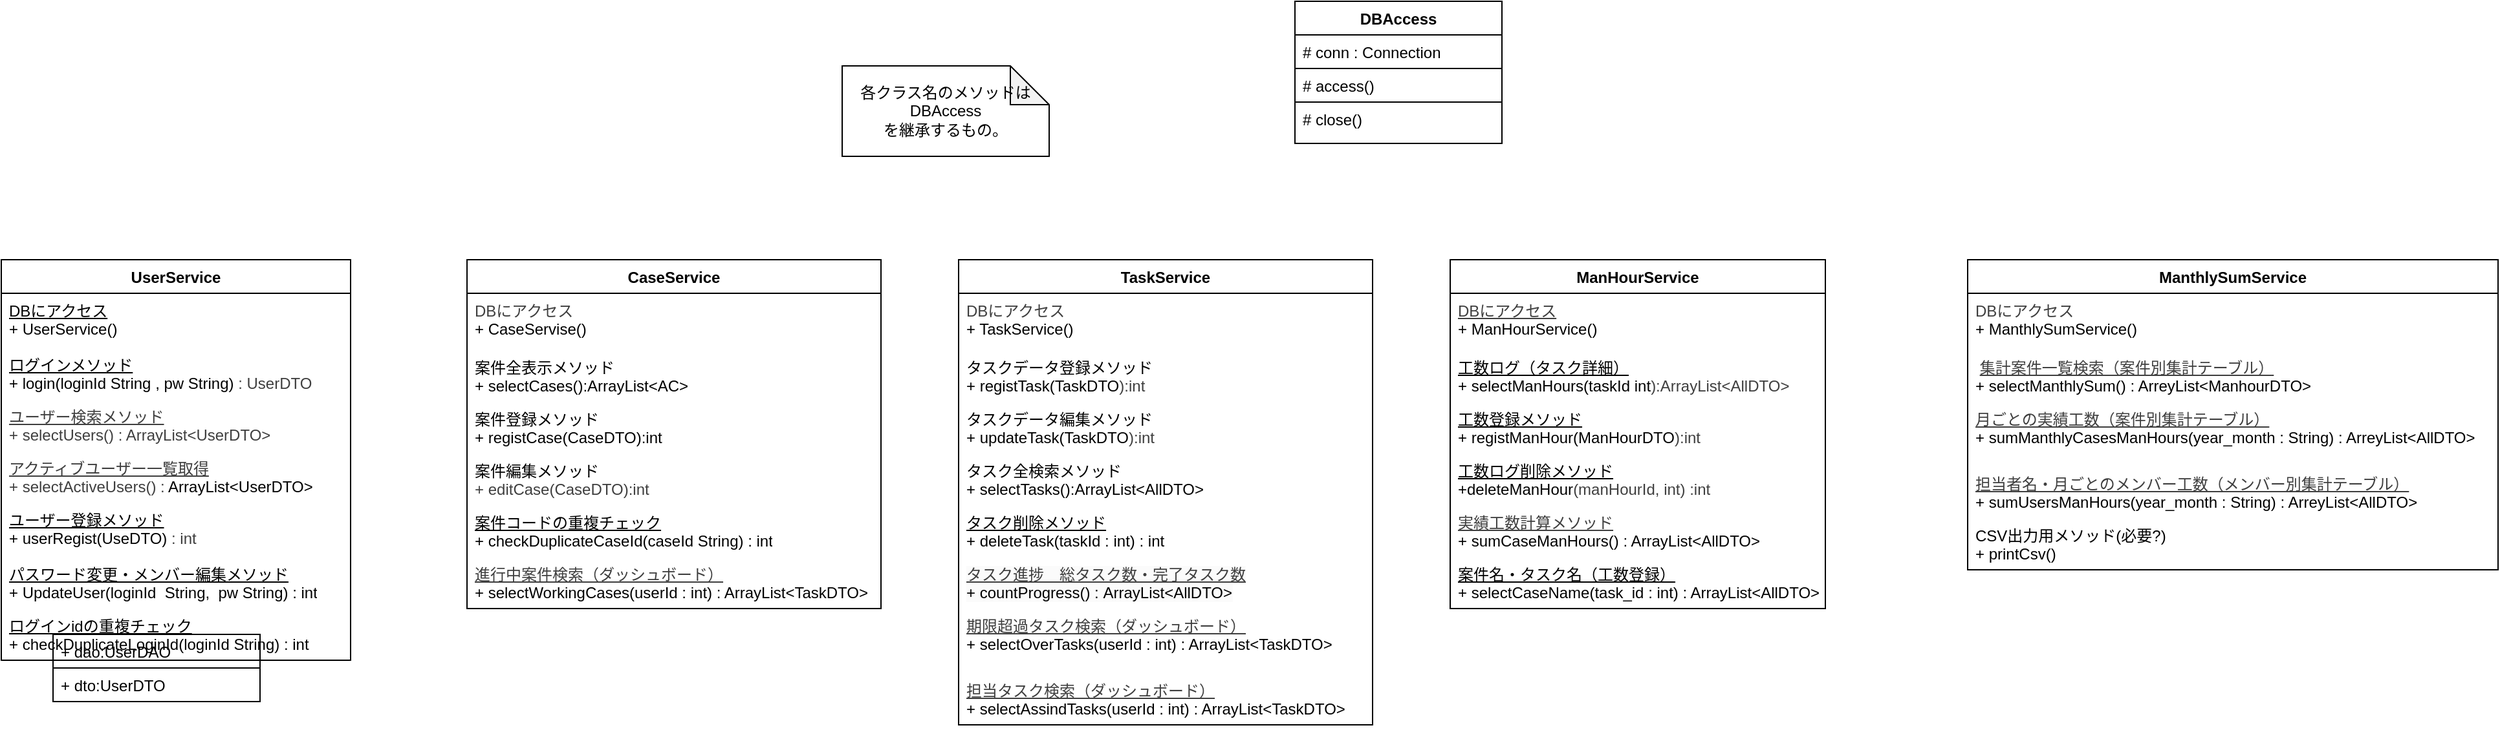
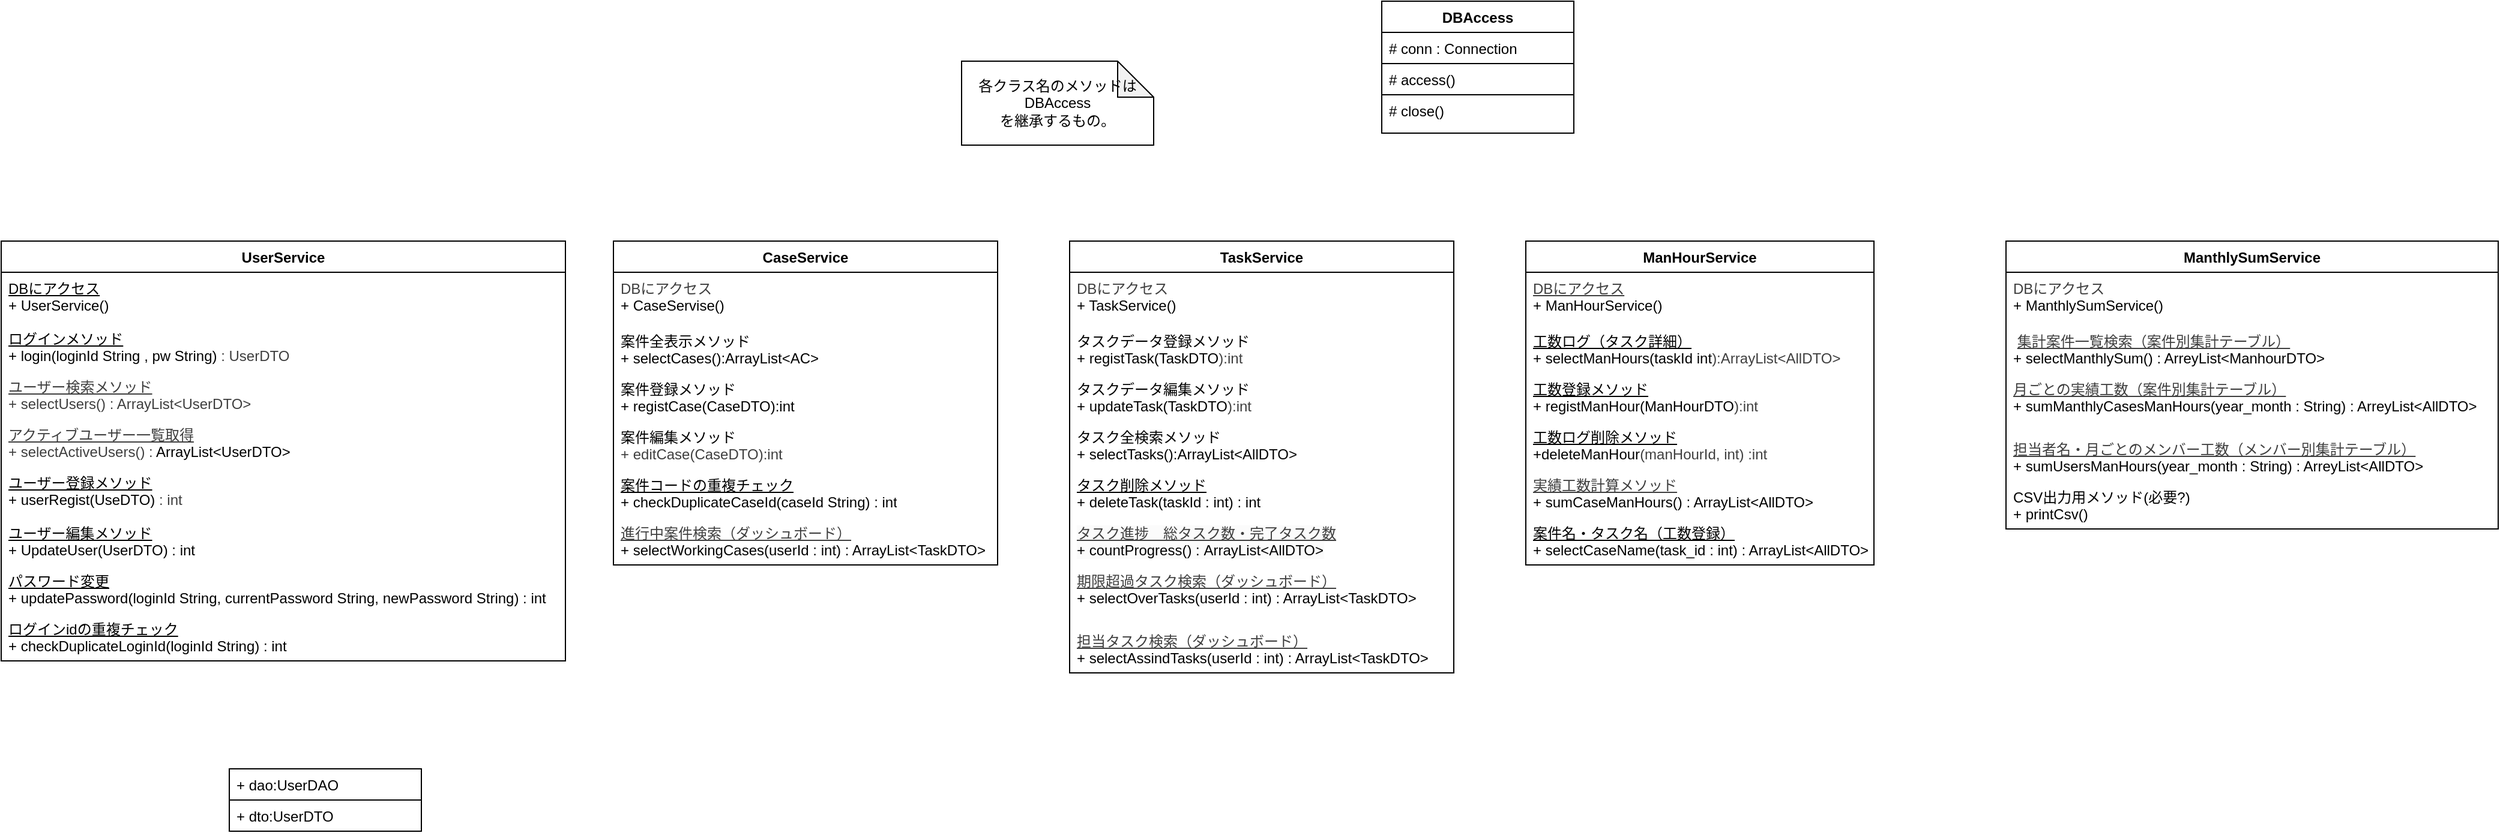
<mxfile host="65bd71144e">
    <diagram id="vtqDsGyhjbo1Ara4jLw-" name="クラス図　Service">
-         <mxGraphModel dx="1334" dy="1657" grid="1" gridSize="10" guides="1" tooltips="1" connect="1" arrows="1" fold="1" page="1" pageScale="1" pageWidth="827" pageHeight="1169" math="0" shadow="0">
+         <mxGraphModel dx="1281" dy="1676" grid="1" gridSize="10" guides="1" tooltips="1" connect="1" arrows="1" fold="1" page="1" pageScale="1" pageWidth="827" pageHeight="1169" math="0" shadow="0">
            <root>
                <mxCell id="0"/>
                <mxCell id="1" parent="0"/>
                <mxCell id="sEulbgWXGhEAaZwcWKiL-1" value="UserService" style="swimlane;fontStyle=1;align=center;verticalAlign=top;childLayout=stackLayout;horizontal=1;startSize=26;horizontalStack=0;resizeParent=1;resizeParentMax=0;resizeLast=0;collapsible=1;marginBottom=0;whiteSpace=wrap;html=1;strokeColor=default;" parent="1" vertex="1">
-                     <mxGeometry x="-640" y="-520" width="270" height="310" as="geometry"/>
+                     <mxGeometry x="-790" y="-520" width="470" height="350" as="geometry"/>
                </mxCell>
                <mxCell id="sEulbgWXGhEAaZwcWKiL-2" value="&lt;div&gt;&lt;font face=&quot;Helvetica&quot;&gt;&lt;u&gt;DBにアクセス&lt;/u&gt;&lt;/font&gt;&lt;/div&gt;&lt;font face=&quot;Helvetica&quot;&gt;+ UserService()&lt;/font&gt;" style="text;strokeColor=none;fillColor=none;align=left;verticalAlign=top;spacingLeft=4;spacingRight=4;overflow=hidden;rotatable=0;points=[[0,0.5],[1,0.5]];portConstraint=eastwest;whiteSpace=wrap;html=1;" parent="sEulbgWXGhEAaZwcWKiL-1" vertex="1">
-                     <mxGeometry y="26" width="270" height="42" as="geometry"/>
+                     <mxGeometry y="26" width="470" height="42" as="geometry"/>
                </mxCell>
                <mxCell id="sEulbgWXGhEAaZwcWKiL-4" value="&lt;div&gt;&lt;u&gt;ログインメソッド&lt;/u&gt;&lt;/div&gt;+ login(loginId String , pw String)&amp;nbsp;&lt;span style=&quot;color: rgb(63, 63, 63); background-color: transparent;&quot;&gt;: UserDTO&lt;/span&gt;" style="text;strokeColor=none;fillColor=none;align=left;verticalAlign=top;spacingLeft=4;spacingRight=4;overflow=hidden;rotatable=0;points=[[0,0.5],[1,0.5]];portConstraint=eastwest;whiteSpace=wrap;html=1;" parent="sEulbgWXGhEAaZwcWKiL-1" vertex="1">
-                     <mxGeometry y="68" width="270" height="40" as="geometry"/>
+                     <mxGeometry y="68" width="470" height="40" as="geometry"/>
                </mxCell>
                <mxCell id="28" value="&lt;u style=&quot;color: rgb(63, 63, 63); scrollbar-color: rgb(226, 226, 226) rgb(251, 251, 251);&quot;&gt;ユーザー検索メソッド&lt;/u&gt;&lt;br style=&quot;color: rgb(63, 63, 63); scrollbar-color: rgb(226, 226, 226) rgb(251, 251, 251);&quot;&gt;&lt;div style=&quot;color: rgb(63, 63, 63); scrollbar-color: rgb(226, 226, 226) rgb(251, 251, 251);&quot;&gt;+ selectUsers() : &lt;span style=&quot;color: rgb(63, 63, 63); scrollbar-color: rgb(226, 226, 226) rgb(251, 251, 251); background-color: transparent;&quot;&gt;ArrayList&amp;lt;UserDTO&amp;gt;&lt;/span&gt;&lt;/div&gt;" style="text;strokeColor=none;fillColor=none;align=left;verticalAlign=top;spacingLeft=4;spacingRight=4;overflow=hidden;rotatable=0;points=[[0,0.5],[1,0.5]];portConstraint=eastwest;whiteSpace=wrap;html=1;" parent="sEulbgWXGhEAaZwcWKiL-1" vertex="1">
-                     <mxGeometry y="108" width="270" height="40" as="geometry"/>
+                     <mxGeometry y="108" width="470" height="40" as="geometry"/>
                </mxCell>
                <mxCell id="55" value="&lt;u style=&quot;color: rgb(63, 63, 63); scrollbar-color: rgb(226, 226, 226) rgb(251, 251, 251);&quot;&gt;アクティブユーザー一覧取得&lt;/u&gt;&lt;div style=&quot;color: rgb(63, 63, 63); scrollbar-color: rgb(226, 226, 226) rgb(251, 251, 251);&quot;&gt;+ selectActiveUsers() : &lt;span style=&quot;scrollbar-color: rgb(226, 226, 226) rgb(251, 251, 251); background-color: transparent; color: rgb(0, 0, 0);&quot;&gt;ArrayList&amp;lt;UserDTO&amp;gt;&lt;/span&gt;&lt;/div&gt;" style="text;strokeColor=none;fillColor=none;align=left;verticalAlign=top;spacingLeft=4;spacingRight=4;overflow=hidden;rotatable=0;points=[[0,0.5],[1,0.5]];portConstraint=eastwest;whiteSpace=wrap;html=1;" vertex="1" parent="sEulbgWXGhEAaZwcWKiL-1">
-                     <mxGeometry y="148" width="270" height="40" as="geometry"/>
+                     <mxGeometry y="148" width="470" height="40" as="geometry"/>
                </mxCell>
                <mxCell id="sEulbgWXGhEAaZwcWKiL-3" value="&lt;div&gt;&lt;font face=&quot;Helvetica&quot;&gt;&lt;u&gt;ユーザー登録メソッド&lt;/u&gt;&lt;/font&gt;&lt;/div&gt;&lt;font face=&quot;Helvetica&quot;&gt;+ userRegist(UseDTO)&amp;nbsp;&lt;/font&gt;&lt;span style=&quot;color: rgb(63, 63, 63); background-color: transparent;&quot;&gt;: int&lt;/span&gt;" style="text;strokeColor=none;fillColor=none;align=left;verticalAlign=top;spacingLeft=4;spacingRight=4;overflow=hidden;rotatable=0;points=[[0,0.5],[1,0.5]];portConstraint=eastwest;whiteSpace=wrap;html=1;" parent="sEulbgWXGhEAaZwcWKiL-1" vertex="1">
-                     <mxGeometry y="188" width="270" height="42" as="geometry"/>
+                     <mxGeometry y="188" width="470" height="42" as="geometry"/>
                </mxCell>
-                 <mxCell id="sEulbgWXGhEAaZwcWKiL-5" value="&lt;u&gt;パスワード変更・メンバー編集メソッド&lt;/u&gt;&lt;div&gt;+ UpdateUser(loginId&amp;nbsp; String,&amp;nbsp; pw String) : int&lt;/div&gt;" style="text;strokeColor=none;fillColor=none;align=left;verticalAlign=top;spacingLeft=4;spacingRight=4;overflow=hidden;rotatable=0;points=[[0,0.5],[1,0.5]];portConstraint=eastwest;whiteSpace=wrap;html=1;" parent="sEulbgWXGhEAaZwcWKiL-1" vertex="1">
-                     <mxGeometry y="230" width="270" height="40" as="geometry"/>
+                 <mxCell id="sEulbgWXGhEAaZwcWKiL-5" value="&lt;u&gt;ユーザー編集メソッド&lt;/u&gt;&lt;div&gt;+ UpdateUser(UserDTO) : int&lt;/div&gt;" style="text;strokeColor=none;fillColor=none;align=left;verticalAlign=top;spacingLeft=4;spacingRight=4;overflow=hidden;rotatable=0;points=[[0,0.5],[1,0.5]];portConstraint=eastwest;whiteSpace=wrap;html=1;" parent="sEulbgWXGhEAaZwcWKiL-1" vertex="1">
+                     <mxGeometry y="230" width="470" height="40" as="geometry"/>
+                 </mxCell>
+                 <mxCell id="56" value="&lt;u&gt;パスワード変更&lt;/u&gt;&lt;div&gt;+ updatePassword(loginId String, currentPassword String, newPassword String) : int&lt;/div&gt;" style="text;strokeColor=none;fillColor=none;align=left;verticalAlign=top;spacingLeft=4;spacingRight=4;overflow=hidden;rotatable=0;points=[[0,0.5],[1,0.5]];portConstraint=eastwest;whiteSpace=wrap;html=1;" vertex="1" parent="sEulbgWXGhEAaZwcWKiL-1">
+                     <mxGeometry y="270" width="470" height="40" as="geometry"/>
                </mxCell>
                <mxCell id="52" value="&lt;u&gt;ログインidの重複チェック&lt;/u&gt;&lt;div&gt;+ checkDuplicateLoginId(loginId String) : int&lt;/div&gt;" style="text;strokeColor=none;fillColor=none;align=left;verticalAlign=top;spacingLeft=4;spacingRight=4;overflow=hidden;rotatable=0;points=[[0,0.5],[1,0.5]];portConstraint=eastwest;whiteSpace=wrap;html=1;" parent="sEulbgWXGhEAaZwcWKiL-1" vertex="1">
-                     <mxGeometry y="270" width="270" height="40" as="geometry"/>
+                     <mxGeometry y="310" width="470" height="40" as="geometry"/>
                </mxCell>
                <mxCell id="sEulbgWXGhEAaZwcWKiL-6" value="DBAccess" style="swimlane;fontStyle=1;align=center;verticalAlign=top;childLayout=stackLayout;horizontal=1;startSize=26;horizontalStack=0;resizeParent=1;resizeParentMax=0;resizeLast=0;collapsible=1;marginBottom=0;whiteSpace=wrap;html=1;strokeColor=default;" parent="1" vertex="1">
                    <mxGeometry x="360" y="-720" width="160" height="110" as="geometry"/>
                </mxCell>
                <mxCell id="sEulbgWXGhEAaZwcWKiL-7" value="# conn : Connection" style="text;strokeColor=default;fillColor=none;align=left;verticalAlign=top;spacingLeft=4;spacingRight=4;overflow=hidden;rotatable=0;points=[[0,0.5],[1,0.5]];portConstraint=eastwest;whiteSpace=wrap;html=1;" parent="sEulbgWXGhEAaZwcWKiL-6" vertex="1">
                    <mxGeometry y="26" width="160" height="26" as="geometry"/>
                </mxCell>
                <mxCell id="sEulbgWXGhEAaZwcWKiL-8" value="# access()" style="text;strokeColor=default;fillColor=none;align=left;verticalAlign=top;spacingLeft=4;spacingRight=4;overflow=hidden;rotatable=0;points=[[0,0.5],[1,0.5]];portConstraint=eastwest;whiteSpace=wrap;html=1;" parent="sEulbgWXGhEAaZwcWKiL-6" vertex="1">
                    <mxGeometry y="52" width="160" height="26" as="geometry"/>
                </mxCell>
                <mxCell id="sEulbgWXGhEAaZwcWKiL-9" value="# close()" style="text;strokeColor=default;fillColor=none;align=left;verticalAlign=top;spacingLeft=4;spacingRight=4;overflow=hidden;rotatable=0;points=[[0,0.5],[1,0.5]];portConstraint=eastwest;whiteSpace=wrap;html=1;" parent="sEulbgWXGhEAaZwcWKiL-6" vertex="1">
                    <mxGeometry y="78" width="160" height="32" as="geometry"/>
                </mxCell>
                <mxCell id="sEulbgWXGhEAaZwcWKiL-10" value="CaseService" style="swimlane;fontStyle=1;align=center;verticalAlign=top;childLayout=stackLayout;horizontal=1;startSize=26;horizontalStack=0;resizeParent=1;resizeParentMax=0;resizeLast=0;collapsible=1;marginBottom=0;whiteSpace=wrap;html=1;" parent="1" vertex="1">
                    <mxGeometry x="-280" y="-520" width="320" height="270" as="geometry"/>
                </mxCell>
                <mxCell id="sEulbgWXGhEAaZwcWKiL-11" value="&lt;div&gt;&lt;span style=&quot;color: rgb(63, 63, 63);&quot;&gt;DBにアクセス&lt;/span&gt;&lt;/div&gt;+ CaseServise()" style="text;strokeColor=none;fillColor=none;align=left;verticalAlign=top;spacingLeft=4;spacingRight=4;overflow=hidden;rotatable=0;points=[[0,0.5],[1,0.5]];portConstraint=eastwest;whiteSpace=wrap;html=1;" parent="sEulbgWXGhEAaZwcWKiL-10" vertex="1">
                    <mxGeometry y="26" width="320" height="44" as="geometry"/>
                </mxCell>
                <mxCell id="sEulbgWXGhEAaZwcWKiL-14" value="案件全表示メソッド&lt;div&gt;&lt;div&gt;&lt;font color=&quot;#000000&quot;&gt;+ selectCases(&lt;/font&gt;&lt;span style=&quot;background-color: transparent;&quot;&gt;):ArrayList&amp;lt;AC&amp;gt;&lt;/span&gt;&lt;/div&gt;&lt;/div&gt;" style="text;strokeColor=none;fillColor=none;align=left;verticalAlign=top;spacingLeft=4;spacingRight=4;overflow=hidden;rotatable=0;points=[[0,0.5],[1,0.5]];portConstraint=eastwest;whiteSpace=wrap;html=1;" parent="sEulbgWXGhEAaZwcWKiL-10" vertex="1">
                    <mxGeometry y="70" width="320" height="40" as="geometry"/>
                </mxCell>
                <mxCell id="sEulbgWXGhEAaZwcWKiL-12" value="案件登録メソッド&lt;div&gt;&lt;font color=&quot;#000000&quot;&gt;+ registCase(CaseDTO):int&lt;/font&gt;&lt;/div&gt;" style="text;strokeColor=none;fillColor=none;align=left;verticalAlign=top;spacingLeft=4;spacingRight=4;overflow=hidden;rotatable=0;points=[[0,0.5],[1,0.5]];portConstraint=eastwest;whiteSpace=wrap;html=1;" parent="sEulbgWXGhEAaZwcWKiL-10" vertex="1">
                    <mxGeometry y="110" width="320" height="40" as="geometry"/>
                </mxCell>
                <mxCell id="41" value="&lt;span style=&quot;color: rgb(0, 0, 0);&quot;&gt;案件編集メソッド&lt;/span&gt;&lt;div style=&quot;color: rgb(63, 63, 63); scrollbar-color: rgb(226, 226, 226) rgb(251, 251, 251);&quot;&gt;&lt;font style=&quot;scrollbar-color: rgb(226, 226, 226) rgb(251, 251, 251);&quot;&gt;+ editCase(CaseDTO&lt;/font&gt;&lt;span style=&quot;color: rgb(63, 63, 63); scrollbar-color: rgb(226, 226, 226) rgb(251, 251, 251); background-color: transparent;&quot;&gt;):int&lt;/span&gt;&lt;/div&gt;" style="text;strokeColor=none;fillColor=none;align=left;verticalAlign=top;spacingLeft=4;spacingRight=4;overflow=hidden;rotatable=0;points=[[0,0.5],[1,0.5]];portConstraint=eastwest;whiteSpace=wrap;html=1;" parent="sEulbgWXGhEAaZwcWKiL-10" vertex="1">
                    <mxGeometry y="150" width="320" height="40" as="geometry"/>
                </mxCell>
                <mxCell id="53" value="&lt;u&gt;案件コードの重複チェック&lt;/u&gt;&lt;div&gt;+ checkDuplicateCaseId(caseId String) : int&lt;/div&gt;" style="text;strokeColor=none;fillColor=none;align=left;verticalAlign=top;spacingLeft=4;spacingRight=4;overflow=hidden;rotatable=0;points=[[0,0.5],[1,0.5]];portConstraint=eastwest;whiteSpace=wrap;html=1;" parent="sEulbgWXGhEAaZwcWKiL-10" vertex="1">
                    <mxGeometry y="190" width="320" height="40" as="geometry"/>
                </mxCell>
                <mxCell id="54" value="&lt;div style=&quot;scrollbar-color: rgb(226, 226, 226) rgb(251, 251, 251); color: rgb(63, 63, 63);&quot;&gt;&lt;font style=&quot;scrollbar-color: rgb(226, 226, 226) rgb(251, 251, 251); color: rgb(63, 63, 63);&quot;&gt;&lt;u style=&quot;scrollbar-color: rgb(226, 226, 226) rgb(251, 251, 251); color: rgb(63, 63, 63);&quot;&gt;進行中案件検索（ダッシュボード）&lt;/u&gt;&lt;/font&gt;&lt;/div&gt;&lt;span style=&quot;scrollbar-color: rgb(226, 226, 226) rgb(251, 251, 251); color: rgb(0, 0, 0);&quot;&gt;+ selectWorkingCases(&lt;span style=&quot;scrollbar-color: rgb(226, 226, 226) rgb(251, 251, 251); color: rgb(0, 0, 0);&quot;&gt;userId : int&lt;/span&gt;) : ArrayList&amp;lt;TaskDTO&amp;gt;&lt;/span&gt;" style="text;strokeColor=none;fillColor=none;align=left;verticalAlign=top;spacingLeft=4;spacingRight=4;overflow=hidden;rotatable=0;points=[[0,0.5],[1,0.5]];portConstraint=eastwest;whiteSpace=wrap;html=1;" parent="sEulbgWXGhEAaZwcWKiL-10" vertex="1">
                    <mxGeometry y="230" width="320" height="40" as="geometry"/>
                </mxCell>
                <mxCell id="sEulbgWXGhEAaZwcWKiL-26" value="ManHourService" style="swimlane;fontStyle=1;align=center;verticalAlign=top;childLayout=stackLayout;horizontal=1;startSize=26;horizontalStack=0;resizeParent=1;resizeParentMax=0;resizeLast=0;collapsible=1;marginBottom=0;whiteSpace=wrap;html=1;" parent="1" vertex="1">
                    <mxGeometry x="480" y="-520" width="290" height="270" as="geometry"/>
                </mxCell>
                <mxCell id="sEulbgWXGhEAaZwcWKiL-27" value="&lt;div&gt;&lt;span style=&quot;color: rgb(63, 63, 63);&quot;&gt;&lt;u&gt;DBにアクセス&lt;/u&gt;&lt;/span&gt;&lt;/div&gt;+ ManHourService()" style="text;strokeColor=none;fillColor=none;align=left;verticalAlign=top;spacingLeft=4;spacingRight=4;overflow=hidden;rotatable=0;points=[[0,0.5],[1,0.5]];portConstraint=eastwest;whiteSpace=wrap;html=1;" parent="sEulbgWXGhEAaZwcWKiL-26" vertex="1">
                    <mxGeometry y="26" width="290" height="44" as="geometry"/>
                </mxCell>
                <mxCell id="sEulbgWXGhEAaZwcWKiL-28" value="&lt;span style=&quot;color: rgb(0, 0, 0);&quot;&gt;&lt;u&gt;工数ログ（タスク詳細）&lt;/u&gt;&lt;/span&gt;&lt;div&gt;&lt;font color=&quot;#000000&quot;&gt;+ selectManHours(taskId int&lt;/font&gt;&lt;span style=&quot;background-color: transparent; color: rgb(63, 63, 63);&quot;&gt;):ArrayList&amp;lt;AllDTO&amp;gt;&lt;/span&gt;&lt;/div&gt;" style="text;strokeColor=none;fillColor=none;align=left;verticalAlign=top;spacingLeft=4;spacingRight=4;overflow=hidden;rotatable=0;points=[[0,0.5],[1,0.5]];portConstraint=eastwest;whiteSpace=wrap;html=1;" parent="sEulbgWXGhEAaZwcWKiL-26" vertex="1">
                    <mxGeometry y="70" width="290" height="40" as="geometry"/>
                </mxCell>
                <mxCell id="sEulbgWXGhEAaZwcWKiL-29" value="&lt;u&gt;工数登録メソッド&lt;/u&gt;&lt;div&gt;+ registManHour(ManHourDTO&lt;span style=&quot;color: rgb(63, 63, 63); background-color: transparent;&quot;&gt;):int&lt;/span&gt;&lt;/div&gt;" style="text;strokeColor=none;fillColor=none;align=left;verticalAlign=top;spacingLeft=4;spacingRight=4;overflow=hidden;rotatable=0;points=[[0,0.5],[1,0.5]];portConstraint=eastwest;whiteSpace=wrap;html=1;" parent="sEulbgWXGhEAaZwcWKiL-26" vertex="1">
                    <mxGeometry y="110" width="290" height="40" as="geometry"/>
                </mxCell>
                <mxCell id="sEulbgWXGhEAaZwcWKiL-30" value="&lt;u&gt;工数ログ削除メソッド&lt;/u&gt;&lt;div&gt;+deleteManHour&lt;span style=&quot;background-color: transparent; color: rgb(63, 63, 63);&quot;&gt;(manHourId, int) :int&lt;/span&gt;&lt;/div&gt;" style="text;strokeColor=none;fillColor=none;align=left;verticalAlign=top;spacingLeft=4;spacingRight=4;overflow=hidden;rotatable=0;points=[[0,0.5],[1,0.5]];portConstraint=eastwest;whiteSpace=wrap;html=1;" parent="sEulbgWXGhEAaZwcWKiL-26" vertex="1">
                    <mxGeometry y="150" width="290" height="40" as="geometry"/>
                </mxCell>
                <mxCell id="25" value="&lt;div style=&quot;scrollbar-color: rgb(226, 226, 226) rgb(251, 251, 251); color: rgb(63, 63, 63);&quot;&gt;&lt;u style=&quot;scrollbar-color: rgb(226, 226, 226) rgb(251, 251, 251); color: rgb(63, 63, 63);&quot;&gt;実績工数計算メソッド&lt;/u&gt;&lt;/div&gt;&lt;span style=&quot;scrollbar-color: rgb(226, 226, 226) rgb(251, 251, 251); color: rgb(0, 0, 0);&quot;&gt;+ sumCaseManHours() : &lt;/span&gt;&lt;span style=&quot;scrollbar-color: rgb(226, 226, 226) rgb(251, 251, 251); color: rgb(0, 0, 0);&quot;&gt;ArrayList&amp;lt;AllDTO&amp;gt;&lt;/span&gt;" style="text;strokeColor=none;fillColor=none;align=left;verticalAlign=top;spacingLeft=4;spacingRight=4;overflow=hidden;rotatable=0;points=[[0,0.5],[1,0.5]];portConstraint=eastwest;whiteSpace=wrap;html=1;" parent="sEulbgWXGhEAaZwcWKiL-26" vertex="1">
                    <mxGeometry y="190" width="290" height="40" as="geometry"/>
                </mxCell>
                <mxCell id="27" value="&lt;u&gt;案件名・タスク名（工数登録）&lt;/u&gt;&lt;div&gt;+ selectCaseName(task_id : int) : ArrayList&amp;lt;AllDTO&amp;gt;&lt;/div&gt;" style="text;strokeColor=none;fillColor=none;align=left;verticalAlign=top;spacingLeft=4;spacingRight=4;overflow=hidden;rotatable=0;points=[[0,0.5],[1,0.5]];portConstraint=eastwest;whiteSpace=wrap;html=1;" parent="sEulbgWXGhEAaZwcWKiL-26" vertex="1">
                    <mxGeometry y="230" width="290" height="40" as="geometry"/>
                </mxCell>
                <mxCell id="sEulbgWXGhEAaZwcWKiL-31" value="ManthlySumService" style="swimlane;fontStyle=1;align=center;verticalAlign=top;childLayout=stackLayout;horizontal=1;startSize=26;horizontalStack=0;resizeParent=1;resizeParentMax=0;resizeLast=0;collapsible=1;marginBottom=0;whiteSpace=wrap;html=1;" parent="1" vertex="1">
                    <mxGeometry x="880" y="-520" width="410" height="240" as="geometry"/>
                </mxCell>
                <mxCell id="sEulbgWXGhEAaZwcWKiL-32" value="&lt;div&gt;&lt;span style=&quot;color: rgb(63, 63, 63);&quot;&gt;DBにアクセス&lt;/span&gt;&lt;/div&gt;+ ManthlySumService()" style="text;strokeColor=none;fillColor=none;align=left;verticalAlign=top;spacingLeft=4;spacingRight=4;overflow=hidden;rotatable=0;points=[[0,0.5],[1,0.5]];portConstraint=eastwest;whiteSpace=wrap;html=1;" parent="sEulbgWXGhEAaZwcWKiL-31" vertex="1">
                    <mxGeometry y="26" width="410" height="44" as="geometry"/>
                </mxCell>
                <mxCell id="sEulbgWXGhEAaZwcWKiL-33" value="&amp;nbsp;&lt;u style=&quot;color: rgb(63, 63, 63); scrollbar-color: rgb(226, 226, 226) rgb(251, 251, 251);&quot;&gt;集計案件一覧検索（案件別集計テーブル）&lt;/u&gt;&lt;div&gt;+&amp;nbsp;&lt;span style=&quot;color: rgb(0, 0, 0); background-color: transparent;&quot;&gt;selectManthlySum() : ArreyList&amp;lt;ManhourDTO&amp;gt;&lt;/span&gt;&lt;/div&gt;" style="text;strokeColor=none;fillColor=none;align=left;verticalAlign=top;spacingLeft=4;spacingRight=4;overflow=hidden;rotatable=0;points=[[0,0.5],[1,0.5]];portConstraint=eastwest;whiteSpace=wrap;html=1;" parent="sEulbgWXGhEAaZwcWKiL-31" vertex="1">
                    <mxGeometry y="70" width="410" height="40" as="geometry"/>
                </mxCell>
                <mxCell id="sEulbgWXGhEAaZwcWKiL-34" value="&lt;div style=&quot;color: rgb(63, 63, 63); scrollbar-color: rgb(226, 226, 226) rgb(251, 251, 251);&quot;&gt;&lt;span style=&quot;scrollbar-color: rgb(226, 226, 226) rgb(251, 251, 251); color: rgb(0, 0, 0);&quot;&gt;&lt;u style=&quot;color: rgb(63, 63, 63); scrollbar-color: rgb(226, 226, 226) rgb(251, 251, 251);&quot;&gt;月ごとの実績工数（案件別集計テーブル）&lt;/u&gt;&lt;/span&gt;&lt;/div&gt;&lt;span style=&quot;scrollbar-color: rgb(226, 226, 226) rgb(251, 251, 251); color: rgb(0, 0, 0);&quot;&gt;+ sumManthlyCasesManHours&lt;span style=&quot;scrollbar-color: rgb(226, 226, 226) rgb(251, 251, 251); color: rgb(0, 0, 0);&quot;&gt;(year_month : String)&lt;/span&gt; : ArreyList&amp;lt;AllDTO&amp;gt;&lt;/span&gt;" style="text;strokeColor=none;fillColor=none;align=left;verticalAlign=top;spacingLeft=4;spacingRight=4;overflow=hidden;rotatable=0;points=[[0,0.5],[1,0.5]];portConstraint=eastwest;whiteSpace=wrap;html=1;" parent="sEulbgWXGhEAaZwcWKiL-31" vertex="1">
                    <mxGeometry y="110" width="410" height="50" as="geometry"/>
                </mxCell>
                <mxCell id="50" value="&lt;div style=&quot;color: rgb(63, 63, 63); scrollbar-color: rgb(226, 226, 226) rgb(251, 251, 251);&quot;&gt;&lt;u style=&quot;color: rgb(63, 63, 63); scrollbar-color: rgb(226, 226, 226) rgb(251, 251, 251);&quot;&gt;担当者名・月ごとのメンバー工数（メンバー別集計テーブル）&lt;/u&gt;&lt;/div&gt;&lt;span style=&quot;color: rgb(0, 0, 0);&quot;&gt;+ sumUsersManHours&lt;/span&gt;&lt;span style=&quot;scrollbar-color: rgb(226, 226, 226) rgb(251, 251, 251); color: rgb(0, 0, 0);&quot;&gt;(year_month : String)&lt;/span&gt;&lt;span style=&quot;color: rgb(0, 0, 0);&quot;&gt; : &lt;/span&gt;&lt;span style=&quot;scrollbar-color: rgb(226, 226, 226) rgb(251, 251, 251); color: rgb(0, 0, 0);&quot;&gt;ArreyList&amp;lt;AllDTO&amp;gt;&lt;/span&gt;" style="text;strokeColor=none;fillColor=none;align=left;verticalAlign=top;spacingLeft=4;spacingRight=4;overflow=hidden;rotatable=0;points=[[0,0.5],[1,0.5]];portConstraint=eastwest;whiteSpace=wrap;html=1;" parent="sEulbgWXGhEAaZwcWKiL-31" vertex="1">
                    <mxGeometry y="160" width="410" height="40" as="geometry"/>
                </mxCell>
                <mxCell id="sEulbgWXGhEAaZwcWKiL-35" value="CSV出力用メソッド(必要?)&lt;div&gt;+ printCsv()&lt;/div&gt;" style="text;strokeColor=none;fillColor=none;align=left;verticalAlign=top;spacingLeft=4;spacingRight=4;overflow=hidden;rotatable=0;points=[[0,0.5],[1,0.5]];portConstraint=eastwest;whiteSpace=wrap;html=1;" parent="sEulbgWXGhEAaZwcWKiL-31" vertex="1">
                    <mxGeometry y="200" width="410" height="40" as="geometry"/>
                </mxCell>
                <mxCell id="sEulbgWXGhEAaZwcWKiL-36" value="各クラス名のメソッドは&lt;br&gt;DBAccess&lt;div&gt;を継承するもの。&lt;/div&gt;" style="shape=note;whiteSpace=wrap;html=1;backgroundOutline=1;darkOpacity=0.05;" parent="1" vertex="1">
                    <mxGeometry x="10" y="-670" width="160" height="70" as="geometry"/>
                </mxCell>
                <mxCell id="sEulbgWXGhEAaZwcWKiL-38" value="+ dto:UserDTO" style="text;strokeColor=default;fillColor=none;align=left;verticalAlign=top;spacingLeft=4;spacingRight=4;overflow=hidden;rotatable=0;points=[[0,0.5],[1,0.5]];portConstraint=eastwest;whiteSpace=wrap;html=1;" parent="1" vertex="1">
-                     <mxGeometry x="-600" y="-204" width="160" height="26" as="geometry"/>
+                     <mxGeometry x="-600" y="-54" width="160" height="26" as="geometry"/>
                </mxCell>
                <mxCell id="sEulbgWXGhEAaZwcWKiL-39" value="+ dao:UserDAO" style="text;strokeColor=default;fillColor=none;align=left;verticalAlign=top;spacingLeft=4;spacingRight=4;overflow=hidden;rotatable=0;points=[[0,0.5],[1,0.5]];portConstraint=eastwest;whiteSpace=wrap;html=1;" parent="1" vertex="1">
-                     <mxGeometry x="-600" y="-230" width="160" height="26" as="geometry"/>
+                     <mxGeometry x="-600" y="-80" width="160" height="26" as="geometry"/>
                </mxCell>
                <mxCell id="29" value="TaskService" style="swimlane;fontStyle=1;align=center;verticalAlign=top;childLayout=stackLayout;horizontal=1;startSize=26;horizontalStack=0;resizeParent=1;resizeParentMax=0;resizeLast=0;collapsible=1;marginBottom=0;whiteSpace=wrap;html=1;" parent="1" vertex="1">
                    <mxGeometry x="100" y="-520" width="320" height="360" as="geometry"/>
                </mxCell>
                <mxCell id="30" value="&lt;div&gt;&lt;span style=&quot;color: rgb(63, 63, 63);&quot;&gt;DBにアクセス&lt;/span&gt;&lt;/div&gt;+ TaskService()" style="text;strokeColor=none;fillColor=none;align=left;verticalAlign=top;spacingLeft=4;spacingRight=4;overflow=hidden;rotatable=0;points=[[0,0.5],[1,0.5]];portConstraint=eastwest;whiteSpace=wrap;html=1;" parent="29" vertex="1">
                    <mxGeometry y="26" width="320" height="44" as="geometry"/>
                </mxCell>
                <mxCell id="31" value="タスクデータ登録メソッド&lt;div&gt;+ registTask(TaskDTO&lt;span style=&quot;color: rgb(63, 63, 63); background-color: transparent;&quot;&gt;):int&lt;/span&gt;&lt;/div&gt;" style="text;strokeColor=none;fillColor=none;align=left;verticalAlign=top;spacingLeft=4;spacingRight=4;overflow=hidden;rotatable=0;points=[[0,0.5],[1,0.5]];portConstraint=eastwest;whiteSpace=wrap;html=1;" parent="29" vertex="1">
                    <mxGeometry y="70" width="320" height="40" as="geometry"/>
                </mxCell>
                <mxCell id="32" value="タスクデータ編集メソッド&lt;div&gt;+ updateTask(TaskDTO&lt;span style=&quot;color: rgb(63, 63, 63); background-color: transparent;&quot;&gt;):int&lt;/span&gt;&lt;/div&gt;" style="text;strokeColor=none;fillColor=none;align=left;verticalAlign=top;spacingLeft=4;spacingRight=4;overflow=hidden;rotatable=0;points=[[0,0.5],[1,0.5]];portConstraint=eastwest;whiteSpace=wrap;html=1;" parent="29" vertex="1">
                    <mxGeometry y="110" width="320" height="40" as="geometry"/>
                </mxCell>
                <mxCell id="33" value="タスク全検索メソッド&lt;div&gt;&lt;font color=&quot;#000000&quot;&gt;+ selectTasks():ArrayList&amp;lt;AllDTO&amp;gt;&lt;/font&gt;&lt;/div&gt;" style="text;strokeColor=none;fillColor=none;align=left;verticalAlign=top;spacingLeft=4;spacingRight=4;overflow=hidden;rotatable=0;points=[[0,0.5],[1,0.5]];portConstraint=eastwest;whiteSpace=wrap;html=1;" parent="29" vertex="1">
                    <mxGeometry y="150" width="320" height="40" as="geometry"/>
                </mxCell>
                <mxCell id="51" value="&lt;u&gt;タスク削除メソッド&lt;/u&gt;&lt;div&gt;&lt;font style=&quot;color: rgb(0, 0, 0);&quot;&gt;+ deleteTask(taskId : int) : int&lt;/font&gt;&lt;/div&gt;" style="text;strokeColor=none;fillColor=none;align=left;verticalAlign=top;spacingLeft=4;spacingRight=4;overflow=hidden;rotatable=0;points=[[0,0.5],[1,0.5]];portConstraint=eastwest;whiteSpace=wrap;html=1;" parent="29" vertex="1">
                    <mxGeometry y="190" width="320" height="40" as="geometry"/>
                </mxCell>
                <mxCell id="47" value="&lt;div style=&quot;forced-color-adjust: none; color: rgb(63, 63, 63); scrollbar-color: rgb(226, 226, 226) rgb(251, 251, 251); font-family: Helvetica; font-size: 12px; font-style: normal; font-variant-ligatures: normal; font-variant-caps: normal; font-weight: 400; letter-spacing: normal; orphans: 2; text-align: left; text-indent: 0px; text-transform: none; widows: 2; word-spacing: 0px; -webkit-text-stroke-width: 0px; white-space: normal; background-color: rgb(251, 251, 251); text-decoration-thickness: initial; text-decoration-style: initial; text-decoration-color: initial;&quot;&gt;&lt;u style=&quot;forced-color-adjust: none; color: rgb(63, 63, 63); scrollbar-color: rgb(226, 226, 226) rgb(251, 251, 251);&quot;&gt;タスク進捗　総タスク数・完了タスク数&lt;/u&gt;&lt;/div&gt;&lt;span style=&quot;color: rgb(0, 0, 0); font-family: Helvetica; font-size: 12px; font-style: normal; font-variant-ligatures: normal; font-variant-caps: normal; font-weight: 400; letter-spacing: normal; orphans: 2; text-align: left; text-indent: 0px; text-transform: none; widows: 2; word-spacing: 0px; -webkit-text-stroke-width: 0px; white-space: normal; background-color: rgb(251, 251, 251); text-decoration-thickness: initial; text-decoration-style: initial; text-decoration-color: initial; float: none; display: inline !important;&quot;&gt;+ countProgress() :&amp;nbsp;&lt;/span&gt;&lt;span style=&quot;forced-color-adjust: none; color: light-dark(rgb(0, 0, 0), rgb(237, 237, 237)); scrollbar-color: rgb(226, 226, 226) rgb(251, 251, 251); font-family: Helvetica; font-size: 12px; font-style: normal; font-variant-ligatures: normal; font-variant-caps: normal; font-weight: 400; letter-spacing: normal; orphans: 2; text-align: left; text-indent: 0px; text-transform: none; widows: 2; word-spacing: 0px; -webkit-text-stroke-width: 0px; white-space: normal; background-color: rgb(251, 251, 251); text-decoration-thickness: initial; text-decoration-style: initial; text-decoration-color: initial;&quot;&gt;ArrayList&amp;lt;AllDTO&amp;gt;&lt;/span&gt;&lt;div&gt;&lt;br/&gt;&lt;/div&gt;" style="text;strokeColor=none;fillColor=none;align=left;verticalAlign=top;spacingLeft=4;spacingRight=4;overflow=hidden;rotatable=0;points=[[0,0.5],[1,0.5]];portConstraint=eastwest;whiteSpace=wrap;html=1;" parent="29" vertex="1">
                    <mxGeometry y="230" width="320" height="40" as="geometry"/>
                </mxCell>
                <mxCell id="45" value="&lt;div style=&quot;scrollbar-color: rgb(226, 226, 226) rgb(251, 251, 251); color: rgb(63, 63, 63);&quot;&gt;&lt;font style=&quot;color: rgb(63, 63, 63); scrollbar-color: rgb(226, 226, 226) rgb(251, 251, 251);&quot;&gt;&lt;u style=&quot;scrollbar-color: rgb(226, 226, 226) rgb(251, 251, 251); color: rgb(63, 63, 63);&quot;&gt;期限超過タスク検索（ダッシュボード）&lt;/u&gt;&lt;/font&gt;&lt;/div&gt;&lt;span style=&quot;scrollbar-color: rgb(226, 226, 226) rgb(251, 251, 251); color: rgb(0, 0, 0);&quot;&gt;+ selectOverTasks(&lt;span style=&quot;scrollbar-color: rgb(226, 226, 226) rgb(251, 251, 251); color: rgb(0, 0, 0);&quot;&gt;userId : int&lt;/span&gt;) : ArrayList&amp;lt;TaskDTO&amp;gt;&lt;/span&gt;" style="text;strokeColor=none;fillColor=none;align=left;verticalAlign=top;spacingLeft=4;spacingRight=4;overflow=hidden;rotatable=0;points=[[0,0.5],[1,0.5]];portConstraint=eastwest;whiteSpace=wrap;html=1;" parent="29" vertex="1">
                    <mxGeometry y="270" width="320" height="50" as="geometry"/>
                </mxCell>
                <mxCell id="44" value="&lt;div style=&quot;scrollbar-color: rgb(226, 226, 226) rgb(251, 251, 251); color: rgb(63, 63, 63);&quot;&gt;&lt;span style=&quot;scrollbar-color: rgb(226, 226, 226) rgb(251, 251, 251); color: rgb(0, 0, 0);&quot;&gt;&lt;u style=&quot;scrollbar-color: rgb(226, 226, 226) rgb(251, 251, 251); color: rgb(63, 63, 63);&quot;&gt;担当タスク検索（ダッシュボード）&lt;/u&gt;&lt;/span&gt;&lt;/div&gt;&lt;span style=&quot;scrollbar-color: rgb(226, 226, 226) rgb(251, 251, 251); color: rgb(0, 0, 0);&quot;&gt;+ selectAssindTasks(&lt;span style=&quot;scrollbar-color: rgb(226, 226, 226) rgb(251, 251, 251); color: rgb(0, 0, 0);&quot;&gt;userId : int&lt;/span&gt;) : ArrayList&amp;lt;TaskDTO&amp;gt;&lt;/span&gt;" style="text;strokeColor=none;fillColor=none;align=left;verticalAlign=top;spacingLeft=4;spacingRight=4;overflow=hidden;rotatable=0;points=[[0,0.5],[1,0.5]];portConstraint=eastwest;whiteSpace=wrap;html=1;" parent="29" vertex="1">
                    <mxGeometry y="320" width="320" height="40" as="geometry"/>
                </mxCell>
            </root>
        </mxGraphModel>
    </diagram>
</mxfile>